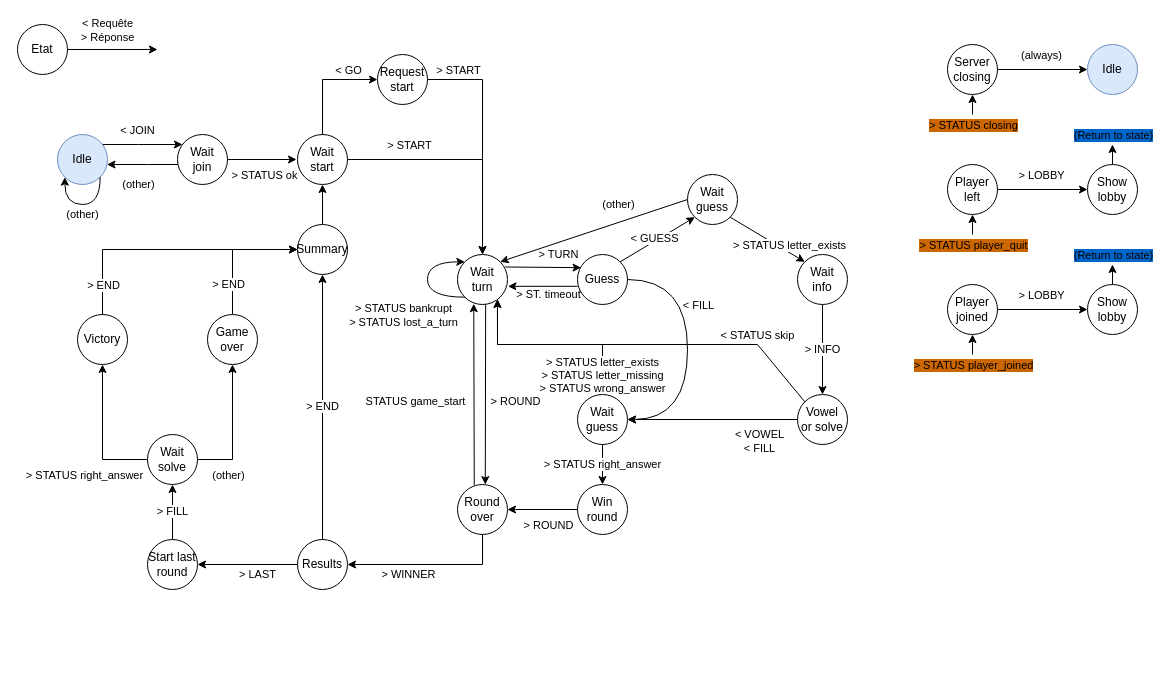
Above: docs/drawio/client_lifecycle.drawio in lentidas/DAI-2425-PW2 (draw.io), before the change. Source tidied: cells renumbered, new cells numbered last; positions are measured from the earlier drawing's top-left corner, leaving out a move shared by most shapes. Both pictures are drawn from the tidied source at 100%, with x=0, y=0 at pixel (17, 24).
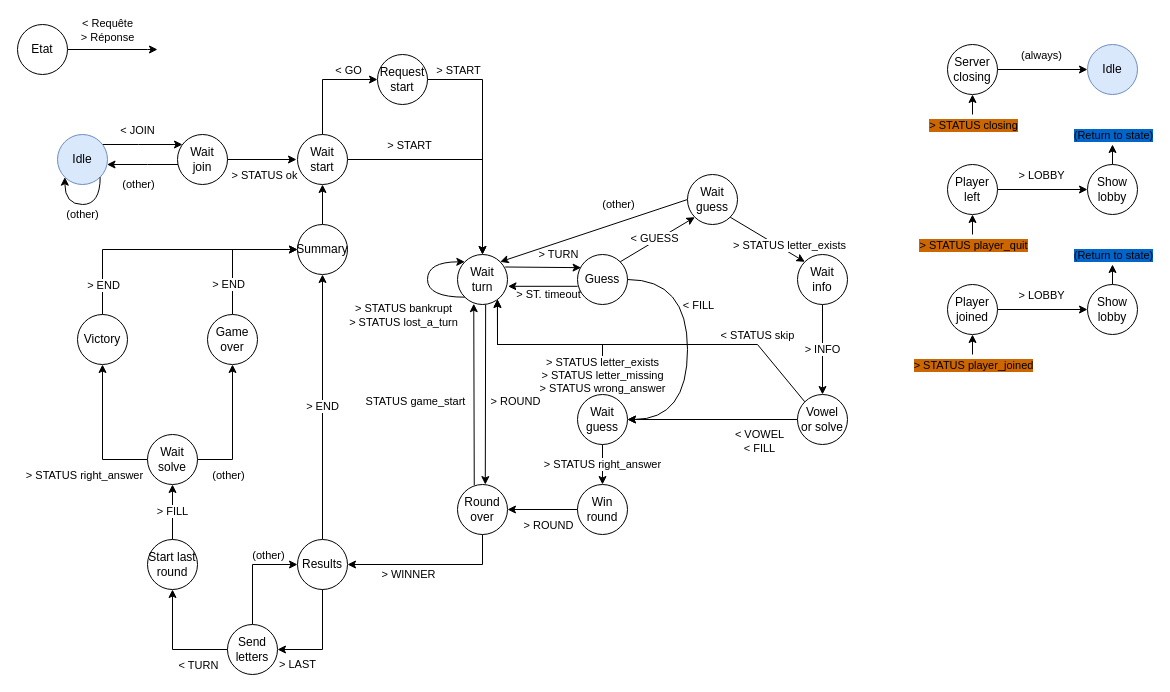
The same diagram, later.

Commit message (it also covers changes not shown here):
chore: updating specs to include LETTERS command

Unchanged cells that the change refers to:
```xml
<mxCell id="74" value="Results" style="ellipse;whiteSpace=wrap;html=1;" parent="1" vertex="1">
  <mxGeometry x="280" y="515" width="50" height="50" as="geometry" />
</mxCell>
<mxCell id="77" value="Start last round" style="ellipse;whiteSpace=wrap;html=1;" parent="1" vertex="1">
  <mxGeometry x="130" y="515" width="50" height="50" as="geometry" />
</mxCell>
```

The edit, as a diff of the source:
```diff
@@
-    <mxCell id="72" value="&amp;gt; LAST" style="edgeStyle=orthogonalEdgeStyle;rounded=0;jettySize=auto;html=1;exitX=0;exitY=0.5;exitDx=0;exitDy=0;entryX=1;entryY=0.5;entryDx=0;entryDy=0;" parent="1" edge="1" source="74" target="77">
-      <mxGeometry x="-0.2" y="10" relative="1" as="geometry" />
+    <mxCell id="72" value="&amp;gt; LAST" style="edgeStyle=orthogonalEdgeStyle;rounded=0;jettySize=auto;html=1;exitX=0;exitY=0.5;exitDx=0;exitDy=0;entryX=1;entryY=0.5;entryDx=0;entryDy=0;" parent="1" edge="1" source="74" target="102">
+      <mxGeometry x="0.74" y="15" relative="1" as="geometry">
+        <Array as="points">
+          <mxPoint x="305" y="540" />
+          <mxPoint x="305" y="625" />
+        </Array>
+      </mxGeometry>
     </mxCell>
@@
+    <mxCell id="98" style="edgeStyle=orthogonalEdgeStyle;rounded=0;jettySize=auto;html=1;exitX=0;exitY=0.5;exitDx=0;exitDy=0;entryX=0.5;entryY=1;entryDx=0;entryDy=0;" parent="1" edge="1" source="102" target="77">
+      <mxGeometry relative="1" as="geometry" />
+    </mxCell>
+    <mxCell id="99" value="&amp;lt; TURN" style="edgeLabel;html=1;align=center;verticalAlign=middle;" parent="98" vertex="1">
+      <mxGeometry x="-0.23" y="1" relative="1" as="geometry">
+        <mxPoint x="14" y="14" as="offset" />
+      </mxGeometry>
+    </mxCell>
+    <mxCell id="100" style="edgeStyle=orthogonalEdgeStyle;rounded=0;jettySize=auto;html=1;exitX=0.5;exitY=0;exitDx=0;exitDy=0;entryX=0;entryY=0.5;entryDx=0;entryDy=0;" parent="1" edge="1" source="102" target="74">
+      <mxGeometry relative="1" as="geometry" />
+    </mxCell>
+    <mxCell id="101" value="(other)" style="edgeLabel;html=1;align=center;verticalAlign=middle;" parent="100" vertex="1">
+      <mxGeometry x="0.2" y="3" relative="1" as="geometry">
+        <mxPoint x="12" y="-7" as="offset" />
+      </mxGeometry>
+    </mxCell>
+    <mxCell id="102" value="Send letters" style="ellipse;whiteSpace=wrap;html=1;" parent="1" vertex="1">
+      <mxGeometry x="210" y="600" width="50" height="50" as="geometry" />
+    </mxCell>
```
